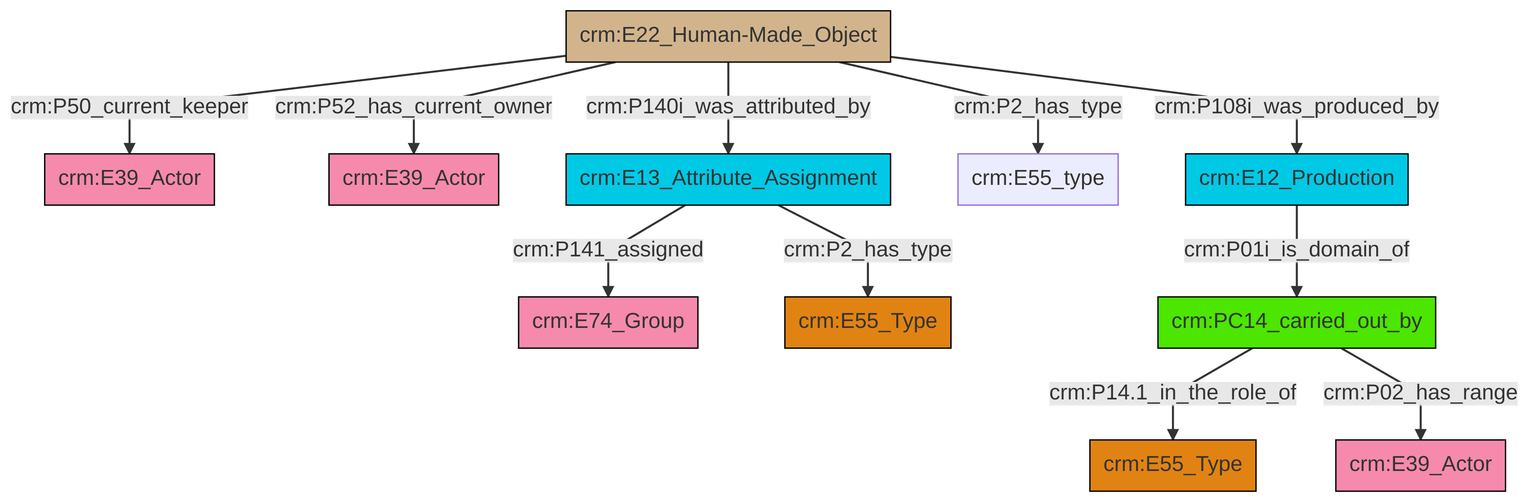
swiss-art-research-net/reference-data-models keeps this Mermaid diagram as et/artworkCSV/ttl/mmd/png/Artwork_Actor_Relations.png. Above is the earlier version. Its source is kept beside it as et/artworkCSV/ttl/mmd/Artwork_Actor_Relations.ttl.mmd.
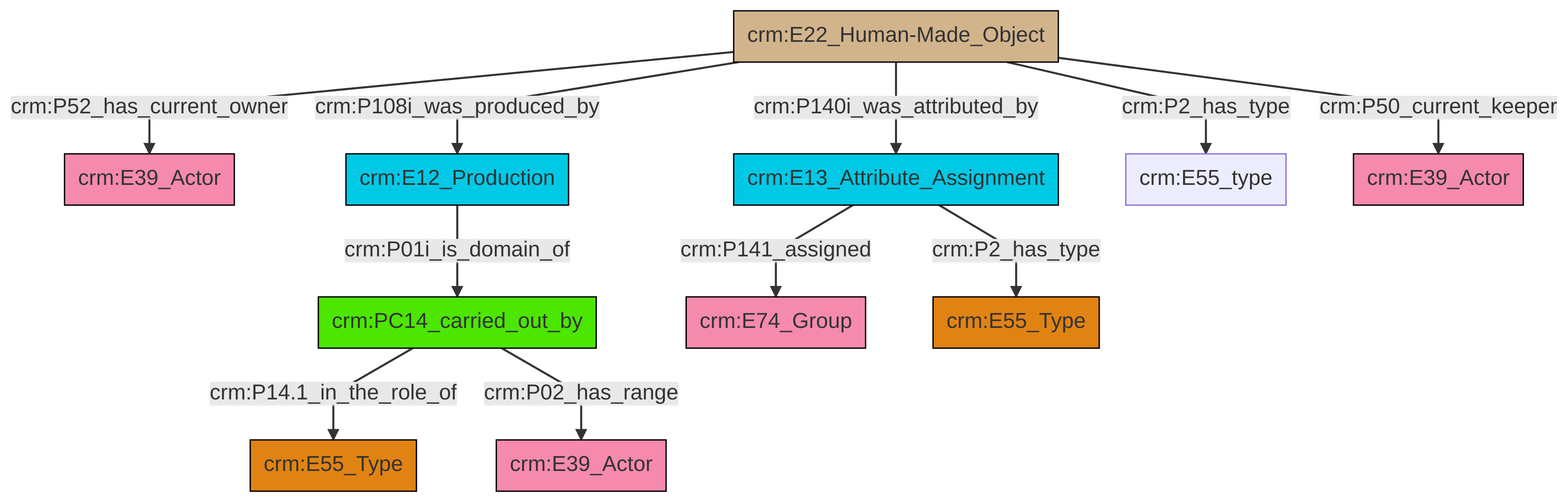
The same diagram one commit later.

What changed in the source:
```diff
@@ -13,13 +13,13 @@
 classDef PC_Classes fill:#4ce600, stroke:#000000;
 classDef Multi fill:#cccccc,stroke:#000000;
 
-0["crm:E22_Human-Made_Object"]:::Physical_Thing -->|crm:P50_current_keeper| 1["crm:E39_Actor"]:::Actor
-2["crm:E13_Attribute_Assignment"]:::Temporal_Entity -->|crm:P141_assigned| 3["crm:E74_Group"]:::Actor
-6["crm:E12_Production"]:::Temporal_Entity -->|crm:P01i_is_domain_of| 7["crm:PC14_carried_out_by"]:::PC_Classes
-7["crm:PC14_carried_out_by"]:::PC_Classes -->|crm:P14.1_in_the_role_of| 8["crm:E55_Type"]:::Type
-0["crm:E22_Human-Made_Object"]:::Physical_Thing -->|crm:P52_has_current_owner| 11["crm:E39_Actor"]:::Actor
-0["crm:E22_Human-Made_Object"]:::Physical_Thing -->|crm:P140i_was_attributed_by| 2["crm:E13_Attribute_Assignment"]:::Temporal_Entity
-0["crm:E22_Human-Made_Object"]:::Physical_Thing -->|crm:P2_has_type| 18["crm:E55_type"]:::Default
-7["crm:PC14_carried_out_by"]:::PC_Classes -->|crm:P02_has_range| 4["crm:E39_Actor"]:::Actor
-0["crm:E22_Human-Made_Object"]:::Physical_Thing -->|crm:P108i_was_produced_by| 6["crm:E12_Production"]:::Temporal_Entity
-2["crm:E13_Attribute_Assignment"]:::Temporal_Entity -->|crm:P2_has_type| 14["crm:E55_Type"]:::Type
+2["crm:E22_Human-Made_Object"]:::Physical_Thing -->|crm:P108i_was_produced_by| 3["crm:E12_Production"]:::Temporal_Entity
+4["crm:PC14_carried_out_by"]:::PC_Classes -->|crm:P14.1_in_the_role_of| 5["crm:E55_Type"]:::Type
+7["crm:E13_Attribute_Assignment"]:::Temporal_Entity -->|crm:P141_assigned| 8["crm:E74_Group"]:::Actor
+4["crm:PC14_carried_out_by"]:::PC_Classes -->|crm:P02_has_range| 9["crm:E39_Actor"]:::Actor
+7["crm:E13_Attribute_Assignment"]:::Temporal_Entity -->|crm:P2_has_type| 11["crm:E55_Type"]:::Type
+2["crm:E22_Human-Made_Object"]:::Physical_Thing -->|crm:P2_has_type| 13["crm:E55_type"]:::Default
+3["crm:E12_Production"]:::Temporal_Entity -->|crm:P01i_is_domain_of| 4["crm:PC14_carried_out_by"]:::PC_Classes
+2["crm:E22_Human-Made_Object"]:::Physical_Thing -->|crm:P52_has_current_owner| 0["crm:E39_Actor"]:::Actor
+2["crm:E22_Human-Made_Object"]:::Physical_Thing -->|crm:P50_current_keeper| 19["crm:E39_Actor"]:::Actor
+2["crm:E22_Human-Made_Object"]:::Physical_Thing -->|crm:P140i_was_attributed_by| 7["crm:E13_Attribute_Assignment"]:::Temporal_Entity
```
